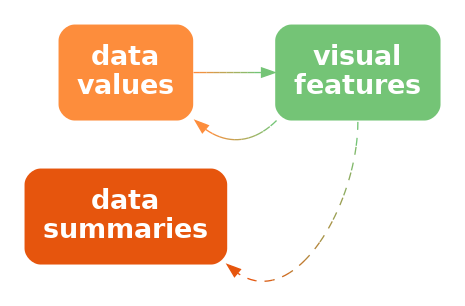
Above: Diagrams/data-vis-stat-decode.png in pmur002/hdvw (Graphviz), before the change. Its source is kept beside it as Diagrams/data-vis-stat-decode.dot.
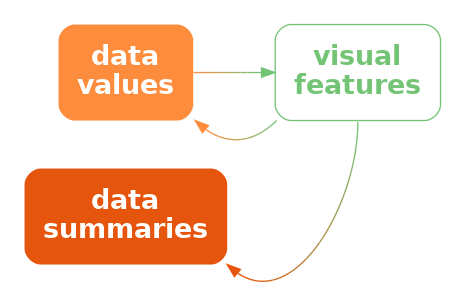
The same diagram one commit later.

Change to the diagram source:
```diff
@@ -4,9 +4,9 @@
   data [ label="data\nvalues"; shape=box; style="filled, rounded"; penwidth=0; fontcolor=white; fillcolor="#FD8D3C" ]
   stat [ label="data\nsummaries"; shape=box; style="filled, rounded"; penwidth=0; fontcolor=white; fillcolor="#E6550D" ]
   vis [ label="visual\nfeatures"; shape=box;
-     style="filled, rounded"; penwidth=0; fontcolor=white; fillcolor="#74C476" ]
-  data -> vis [ color="#FD8D3C;0.1:#EE9342;0.1:#DF9949;0.1:#CF9F4F;0.1:#C0A556;0.1:#B1AC5C;0.1:#A2B263;0.1:#92B869;0.1:#83BE70;0.1:#74C476;0.1" ]
-  vis:sw -> data:se [ style="dashed", color="#74C476;0.1:#83BE70;0.1:#92B869;0.1:#A2B263;0.1:#B1AC5C;0.1:#C0A556;0.1:#CF9F4F;0.1:#DF9949;0.1:#EE9342;0.1:#FD8D3C;0.1" ]
-  vis:s -> stat:se [ style="dashed", color="#74C476;0.1:#81B86A;0.1:#8DAB5F;0.1:#9A9F53;0.1:#A79347;0.1:#B3863C;0.1:#C07A30;0.1:#CD6E24;0.1:#D96119;0.1:#E6550D;0.1" ]
+     style="rounded"; color="#74C476"; fontcolor="#74C476" ]
+  data -> vis [ style="bold"; penwidth=1; color="#FD8D3C;0.1:#EE9342;0.1:#DF9949;0.1:#CF9F4F;0.1:#C0A556;0.1:#B1AC5C;0.1:#A2B263;0.1:#92B869;0.1:#83BE70;0.1:#74C476;0.1" ]
+  vis:sw -> data:se [ style="solid", color="#74C476;0.1:#83BE70;0.1:#92B869;0.1:#A2B263;0.1:#B1AC5C;0.1:#C0A556;0.1:#CF9F4F;0.1:#DF9949;0.1:#EE9342;0.1:#FD8D3C;0.1" ]
+  vis:s -> stat:se [ style="solid", color="#74C476;0.1:#81B86A;0.1:#8DAB5F;0.1:#9A9F53;0.1:#A79347;0.1:#B3863C;0.1:#C07A30;0.1:#CD6E24;0.1:#D96119;0.1:#E6550D;0.1" ]
 { rank=same; data, stat }
 }
```
